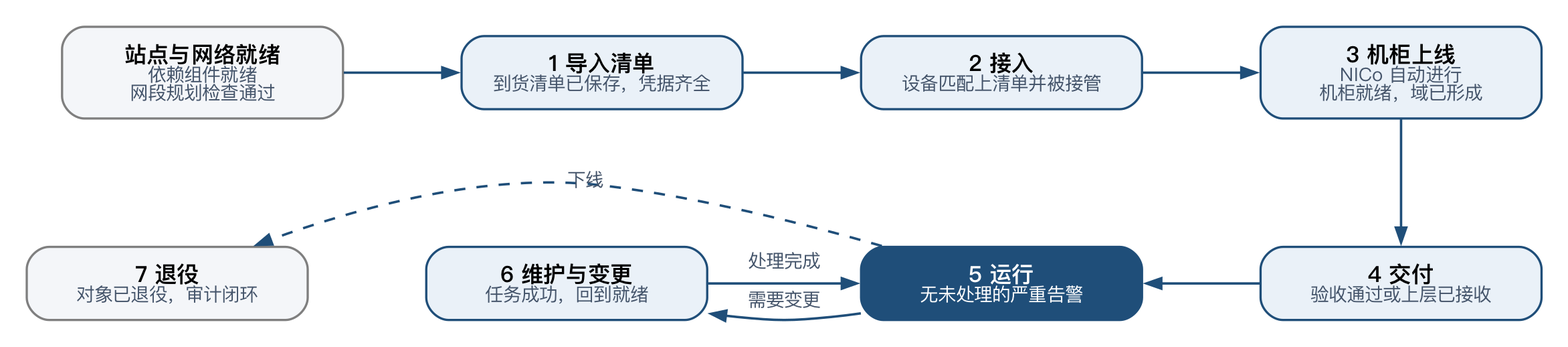
This is docs/design/figures/workflow.png from DaoCloud/PXEye, a Graphviz export, as it was before one commit. Its source is kept beside it as docs/design/figures/workflow.dot.
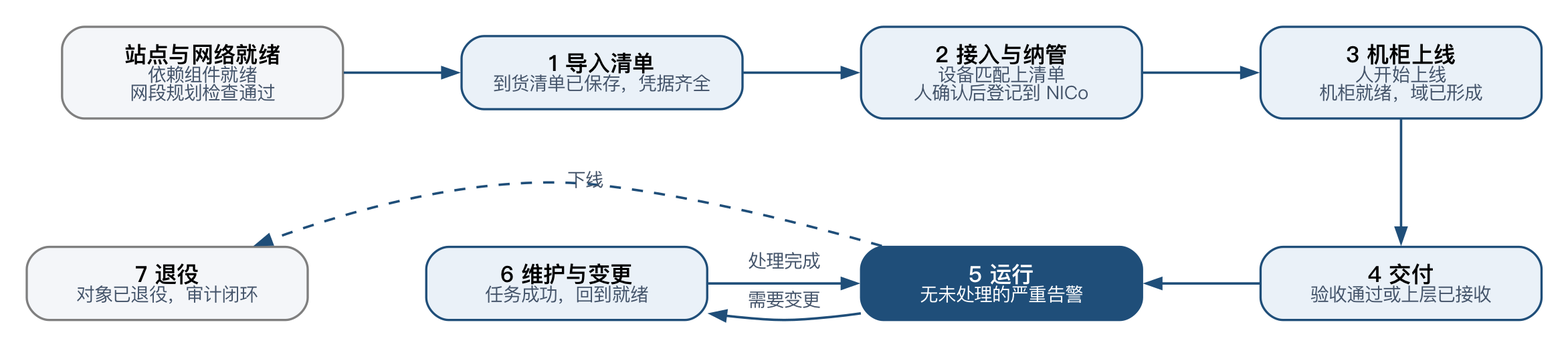
Above is the later version.

The edit, as a diff of the source:
```diff
@@ -4,8 +4,8 @@
   edge  [fontname="PingFang SC", fontsize=10, color="#1F4E79", fontcolor="#44546A", arrowsize=0.8, penwidth=1.3];
   s0 [fillcolor="#F4F6F9", color="#7F7F7F", label=<<b>站点与网络就绪</b><br/><font point-size="10" color="#44546A">依赖组件就绪<br/>网段规划检查通过</font>>];
   s1 [label=<<b>1 导入清单</b><br/><font point-size="10" color="#44546A">到货清单已保存，凭据齐全</font>>];
-  s2 [label=<<b>2 接入</b><br/><font point-size="10" color="#44546A">设备匹配上清单并被接管</font>>];
-  s3 [label=<<b>3 机柜上线</b><br/><font point-size="10" color="#44546A">NICo 自动进行<br/>机柜就绪，域已形成</font>>];
+  s2 [label=<<b>2 接入与纳管</b><br/><font point-size="10" color="#44546A">设备匹配上清单<br/>人确认后登记到 NICo</font>>];
+  s3 [label=<<b>3 机柜上线</b><br/><font point-size="10" color="#44546A">人开始上线<br/>机柜就绪，域已形成</font>>];
   s4 [label=<<b>4 交付</b><br/><font point-size="10" color="#44546A">验收通过或上层已接收</font>>];
   s5 [fillcolor="#1F4E79", fontcolor="white", label=<<b>5 运行</b><br/><font point-size="10">无未处理的严重告警</font>>];
   s6 [label=<<b>6 维护与变更</b><br/><font point-size="10" color="#44546A">任务成功，回到就绪</font>>];
```
